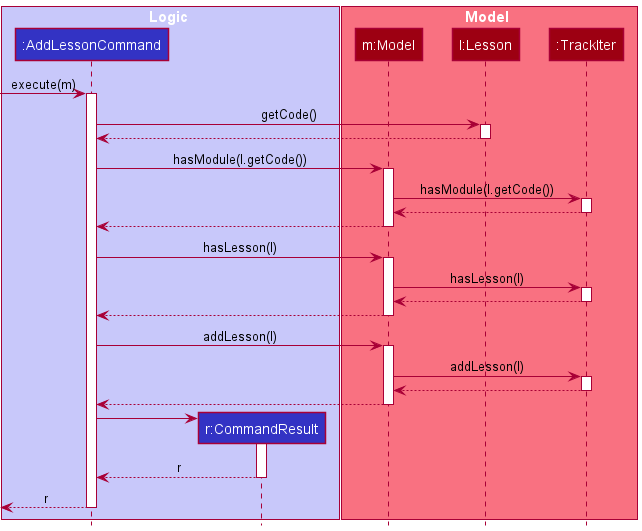
Above: docs/images/AddLessonSequenceDiagram.png in simonteozw/tp (PlantUML), before the change. Source of this version:
```plantuml
@startuml
!include style.puml

box Logic LOGIC_COLOR_T1
participant ":AddLessonCommand" as AddLessonCommand LOGIC_COLOR
participant "r:CommandResult" as CommandResult LOGIC_COLOR
end box

box Model MODEL_COLOR_T1
participant "m:Model" as Model MODEL_COLOR
participant "l:Lesson" as lesson MODEL_COLOR
participant ":TrackIter" as TrackIter MODEL_COLOR
end box

[-> AddLessonCommand : execute(m)
activate AddLessonCommand

AddLessonCommand -> lesson : getCode()
activate lesson

lesson --> AddLessonCommand
deactivate lesson

AddLessonCommand -> Model : hasModule(l.getCode())
activate Model

Model -> TrackIter : hasModule(l.getCode())
activate TrackIter

TrackIter --> Model
deactivate TrackIter

Model --> AddLessonCommand
deactivate Model

AddLessonCommand -> Model : hasLesson(l)
activate Model

Model -> TrackIter : hasLesson(l)
activate TrackIter

TrackIter --> Model
deactivate TrackIter

Model --> AddLessonCommand
deactivate Model

AddLessonCommand -> Model : addLesson(l)
activate Model

Model -> TrackIter : addLesson(l)
activate TrackIter

TrackIter --> Model
deactivate TrackIter

Model --> AddLessonCommand
deactivate Model

create CommandResult
AddLessonCommand -> CommandResult
activate CommandResult

CommandResult --> AddLessonCommand : r
deactivate CommandResult

[<--AddLessonCommand : r
deactivate AddLessonCommand

@enduml
```
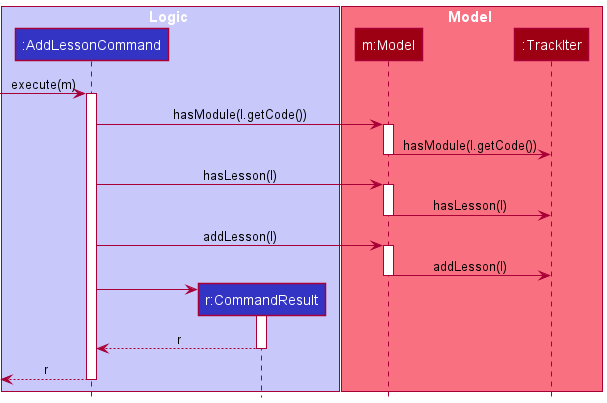
The same diagram one commit later.

The edit, as a diff of the source:
```diff
@@ -8,53 +8,31 @@
 
 box Model MODEL_COLOR_T1
 participant "m:Model" as Model MODEL_COLOR
-participant "l:Lesson" as lesson MODEL_COLOR
 participant ":TrackIter" as TrackIter MODEL_COLOR
 end box
 
 [-> AddLessonCommand : execute(m)
 activate AddLessonCommand
 
-AddLessonCommand -> lesson : getCode()
-activate lesson
-
-lesson --> AddLessonCommand
-deactivate lesson
-
 AddLessonCommand -> Model : hasModule(l.getCode())
 activate Model
 
 Model -> TrackIter : hasModule(l.getCode())
-activate TrackIter
 
-TrackIter --> Model
-deactivate TrackIter
-
-Model --> AddLessonCommand
 deactivate Model
 
 AddLessonCommand -> Model : hasLesson(l)
 activate Model
 
 Model -> TrackIter : hasLesson(l)
-activate TrackIter
 
-TrackIter --> Model
-deactivate TrackIter
-
-Model --> AddLessonCommand
 deactivate Model
 
 AddLessonCommand -> Model : addLesson(l)
 activate Model
 
 Model -> TrackIter : addLesson(l)
-activate TrackIter
 
-TrackIter --> Model
-deactivate TrackIter
-
-Model --> AddLessonCommand
 deactivate Model
 
 create CommandResult
```
